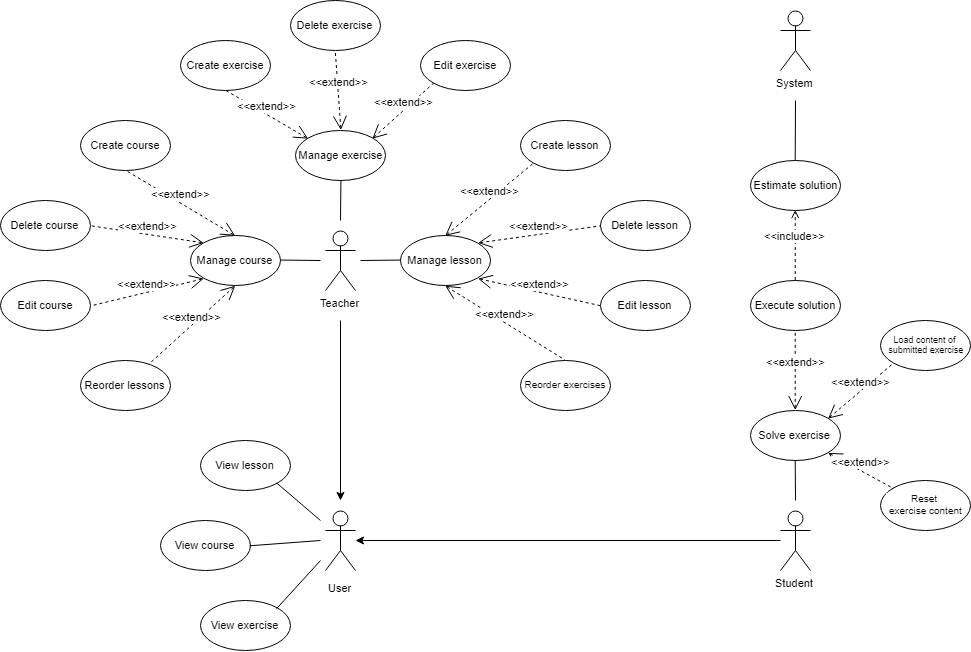
The draw.io diagram thesis/images/use-case.png in toma-s/agile-xp, before a commit. Source tidied: cells renumbered, new cells last; positions are measured from the earlier drawing's top-left corner, leaving out a move shared by most shapes.
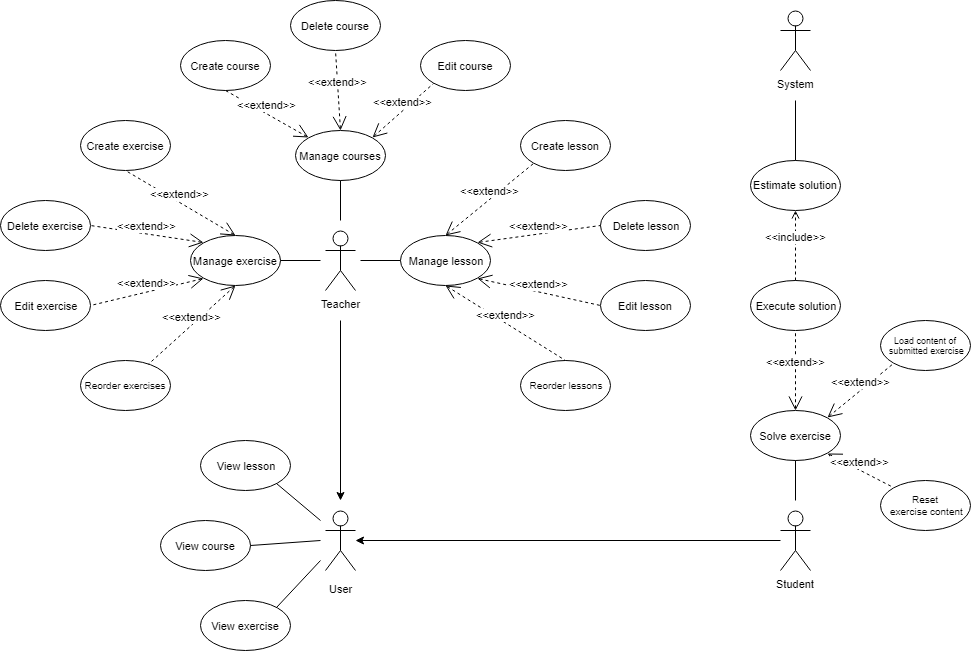
After the change.

Diff of the diagram source:
```diff
@@ -29,16 +29,16 @@
     <mxCell id="9" value="View exercise" style="ellipse;whiteSpace=wrap;html=1;labelBackgroundColor=#FFFFFF;fontSize=11;" parent="1" vertex="1">
       <mxGeometry x="199.5" y="600" width="90" height="50" as="geometry" />
     </mxCell>
-    <mxCell id="10" value="Manage exercise" style="ellipse;whiteSpace=wrap;html=1;labelBackgroundColor=#FFFFFF;fontSize=11;" parent="1" vertex="1">
+    <mxCell id="10" value="Manage courses" style="ellipse;whiteSpace=wrap;html=1;labelBackgroundColor=#FFFFFF;fontSize=11;" parent="1" vertex="1">
       <mxGeometry x="295" y="130" width="90" height="50" as="geometry" />
     </mxCell>
-    <mxCell id="11" value="Manage course" style="ellipse;whiteSpace=wrap;html=1;labelBackgroundColor=#FFFFFF;fontSize=11;" parent="1" vertex="1">
+    <mxCell id="11" value="Manage exercise" style="ellipse;whiteSpace=wrap;html=1;labelBackgroundColor=#FFFFFF;fontSize=11;" parent="1" vertex="1">
       <mxGeometry x="190" y="235" width="90" height="50" as="geometry" />
     </mxCell>
     <mxCell id="12" value="Manage lesson" style="ellipse;whiteSpace=wrap;html=1;labelBackgroundColor=#FFFFFF;fontSize=11;" parent="1" vertex="1">
       <mxGeometry x="400" y="235" width="90" height="50" as="geometry" />
     </mxCell>
-    <mxCell id="13" value="Edit exercise" style="ellipse;whiteSpace=wrap;html=1;labelBackgroundColor=#FFFFFF;fontSize=11;" parent="1" vertex="1">
+    <mxCell id="13" value="Edit course" style="ellipse;whiteSpace=wrap;html=1;labelBackgroundColor=#FFFFFF;fontSize=11;" parent="1" vertex="1">
       <mxGeometry x="420" y="40" width="90" height="50" as="geometry" />
     </mxCell>
     <mxCell id="14" value="Solve exercise" style="ellipse;whiteSpace=wrap;html=1;labelBackgroundColor=#FFFFFF;fontSize=11;" parent="1" vertex="1">
@@ -99,10 +99,10 @@
     <mxCell id="29" value="&amp;lt;&amp;lt;extend&amp;gt;&amp;gt;" style="edgeStyle=none;html=1;startArrow=open;endArrow=none;startSize=12;verticalAlign=bottom;dashed=1;labelBackgroundColor=#FFFFFF;strokeColor=#000000;exitX=1;exitY=0;exitDx=0;exitDy=0;entryX=0;entryY=1;entryDx=0;entryDy=0;fontSize=11;" parent="1" edge="1" source="10" target="13">
       <mxGeometry relative="1" as="geometry" />
     </mxCell>
-    <mxCell id="30" value="Delete exercise" style="ellipse;whiteSpace=wrap;html=1;labelBackgroundColor=#FFFFFF;fontSize=11;" parent="1" vertex="1">
+    <mxCell id="30" value="Delete course" style="ellipse;whiteSpace=wrap;html=1;labelBackgroundColor=#FFFFFF;fontSize=11;" parent="1" vertex="1">
       <mxGeometry x="290" width="90" height="50" as="geometry" />
     </mxCell>
-    <mxCell id="31" value="Create exercise" style="ellipse;whiteSpace=wrap;html=1;labelBackgroundColor=#FFFFFF;fontSize=11;" parent="1" vertex="1">
+    <mxCell id="31" value="Create course" style="ellipse;whiteSpace=wrap;html=1;labelBackgroundColor=#FFFFFF;fontSize=11;" parent="1" vertex="1">
       <mxGeometry x="180" y="40" width="90" height="50" as="geometry" />
     </mxCell>
     <mxCell id="32" value="&lt;span style=&quot;font-size: 11px;&quot;&gt;&amp;lt;&amp;lt;extend&amp;gt;&amp;gt;&lt;/span&gt;" style="edgeStyle=none;html=1;startArrow=open;endArrow=none;startSize=12;verticalAlign=bottom;dashed=1;labelBackgroundColor=#FFFFFF;strokeColor=#000000;exitX=0.5;exitY=0;exitDx=0;exitDy=0;entryX=0.5;entryY=1;entryDx=0;entryDy=0;fontSize=11;" parent="1" edge="1" source="10" target="30">
@@ -121,25 +121,25 @@
         <mxPoint x="360" y="260" as="sourcePoint" />
       </mxGeometry>
     </mxCell>
-    <mxCell id="36" value="Create course" style="ellipse;whiteSpace=wrap;html=1;labelBackgroundColor=#FFFFFF;fontSize=11;" parent="1" vertex="1">
+    <mxCell id="36" value="Create exercise" style="ellipse;whiteSpace=wrap;html=1;labelBackgroundColor=#FFFFFF;fontSize=11;" parent="1" vertex="1">
       <mxGeometry x="80" y="120" width="90" height="50" as="geometry" />
     </mxCell>
     <mxCell id="37" value="&amp;lt;&amp;lt;extend&amp;gt;&amp;gt;" style="edgeStyle=none;html=1;startArrow=open;endArrow=none;startSize=12;verticalAlign=bottom;dashed=1;labelBackgroundColor=#FFFFFF;strokeColor=#000000;entryX=0.5;entryY=1;entryDx=0;entryDy=0;exitX=0.5;exitY=0;exitDx=0;exitDy=0;fontSize=11;" parent="1" edge="1" source="11" target="36">
       <mxGeometry relative="1" as="geometry" />
     </mxCell>
-    <mxCell id="38" value="Delete course" style="ellipse;whiteSpace=wrap;html=1;labelBackgroundColor=#FFFFFF;fontSize=11;" parent="1" vertex="1">
+    <mxCell id="38" value="Delete exercise" style="ellipse;whiteSpace=wrap;html=1;labelBackgroundColor=#FFFFFF;fontSize=11;" parent="1" vertex="1">
       <mxGeometry y="200" width="90" height="50" as="geometry" />
     </mxCell>
     <mxCell id="39" value="&amp;lt;&amp;lt;extend&amp;gt;&amp;gt;" style="edgeStyle=none;html=1;startArrow=open;endArrow=none;startSize=12;verticalAlign=bottom;dashed=1;labelBackgroundColor=#FFFFFF;strokeColor=#000000;exitX=0;exitY=0;exitDx=0;exitDy=0;entryX=1;entryY=0.5;entryDx=0;entryDy=0;fontSize=11;" parent="1" edge="1" source="11" target="38">
       <mxGeometry relative="1" as="geometry" />
     </mxCell>
-    <mxCell id="40" value="Edit course" style="ellipse;whiteSpace=wrap;html=1;labelBackgroundColor=#FFFFFF;fontSize=11;" parent="1" vertex="1">
+    <mxCell id="40" value="Edit exercise" style="ellipse;whiteSpace=wrap;html=1;labelBackgroundColor=#FFFFFF;fontSize=11;" parent="1" vertex="1">
       <mxGeometry y="280" width="90" height="50" as="geometry" />
     </mxCell>
     <mxCell id="41" value="&amp;lt;&amp;lt;extend&amp;gt;&amp;gt;" style="edgeStyle=none;html=1;startArrow=open;endArrow=none;startSize=12;verticalAlign=bottom;dashed=1;labelBackgroundColor=#FFFFFF;strokeColor=#000000;exitX=0;exitY=1;exitDx=0;exitDy=0;entryX=1;entryY=0.5;entryDx=0;entryDy=0;fontSize=11;" parent="1" edge="1" source="11" target="40">
       <mxGeometry relative="1" as="geometry" />
     </mxCell>
-    <mxCell id="42" value="Reorder lessons" style="ellipse;whiteSpace=wrap;html=1;labelBackgroundColor=#FFFFFF;fontSize=11;" parent="1" vertex="1">
+    <mxCell id="42" value="Reorder exercises" style="ellipse;whiteSpace=wrap;html=1;labelBackgroundColor=#FFFFFF;fontSize=10;" parent="1" vertex="1">
       <mxGeometry x="79.5" y="360" width="90" height="50" as="geometry" />
     </mxCell>
     <mxCell id="43" value="&amp;lt;&amp;lt;extend&amp;gt;&amp;gt;" style="edgeStyle=none;html=1;startArrow=open;endArrow=none;startSize=12;verticalAlign=bottom;dashed=1;labelBackgroundColor=#FFFFFF;strokeColor=#000000;exitX=0.5;exitY=1;exitDx=0;exitDy=0;fontSize=11;" parent="1" edge="1" source="11" target="42">
@@ -151,7 +151,7 @@
     <mxCell id="45" value="Delete lesson" style="ellipse;whiteSpace=wrap;html=1;labelBackgroundColor=#FFFFFF;fontSize=11;" parent="1" vertex="1">
       <mxGeometry x="600" y="200" width="90" height="50" as="geometry" />
     </mxCell>
-    <mxCell id="46" value="Reorder exercises" style="ellipse;whiteSpace=wrap;html=1;labelBackgroundColor=#FFFFFF;fontSize=10;" parent="1" vertex="1">
+    <mxCell id="46" value="Reorder lessons" style="ellipse;whiteSpace=wrap;html=1;labelBackgroundColor=#FFFFFF;fontSize=10;" parent="1" vertex="1">
       <mxGeometry x="520" y="360" width="90" height="50" as="geometry" />
     </mxCell>
     <mxCell id="47" value="&amp;lt;&amp;lt;extend&amp;gt;&amp;gt;" style="edgeStyle=none;html=1;startArrow=open;endArrow=none;startSize=12;verticalAlign=bottom;dashed=1;labelBackgroundColor=#FFFFFF;strokeColor=#000000;exitX=0.5;exitY=0;exitDx=0;exitDy=0;entryX=0;entryY=1;entryDx=0;entryDy=0;fontSize=11;" parent="1" edge="1" source="12" target="44">
```
